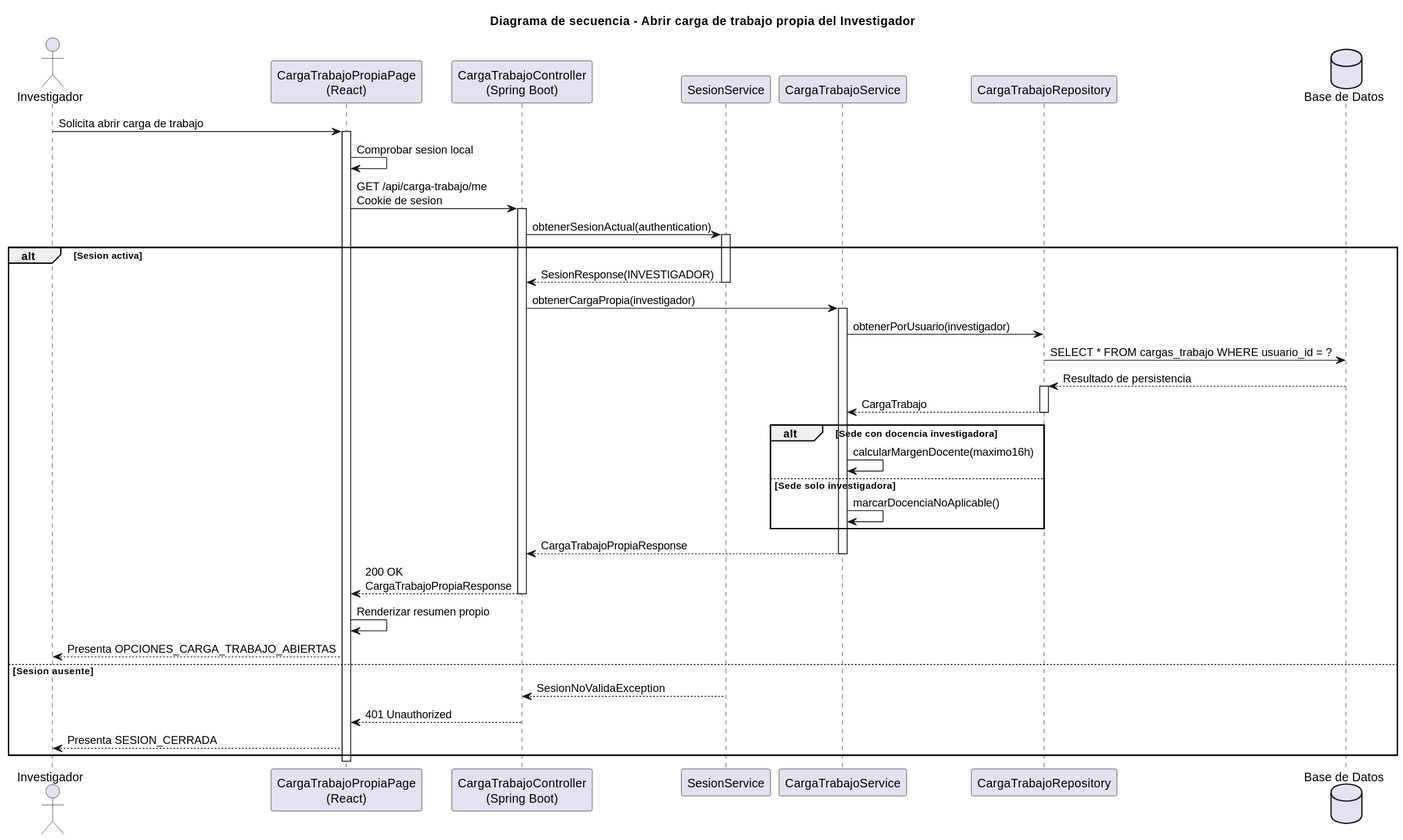
beatriizorozco/25-26-idsw2-sdVC keeps this PlantUML diagram as images/RUP/02-diseño/casos-uso/investigador/abrirOpcionesCargaTrabajo/secuencia.svg. Above is the earlier version.
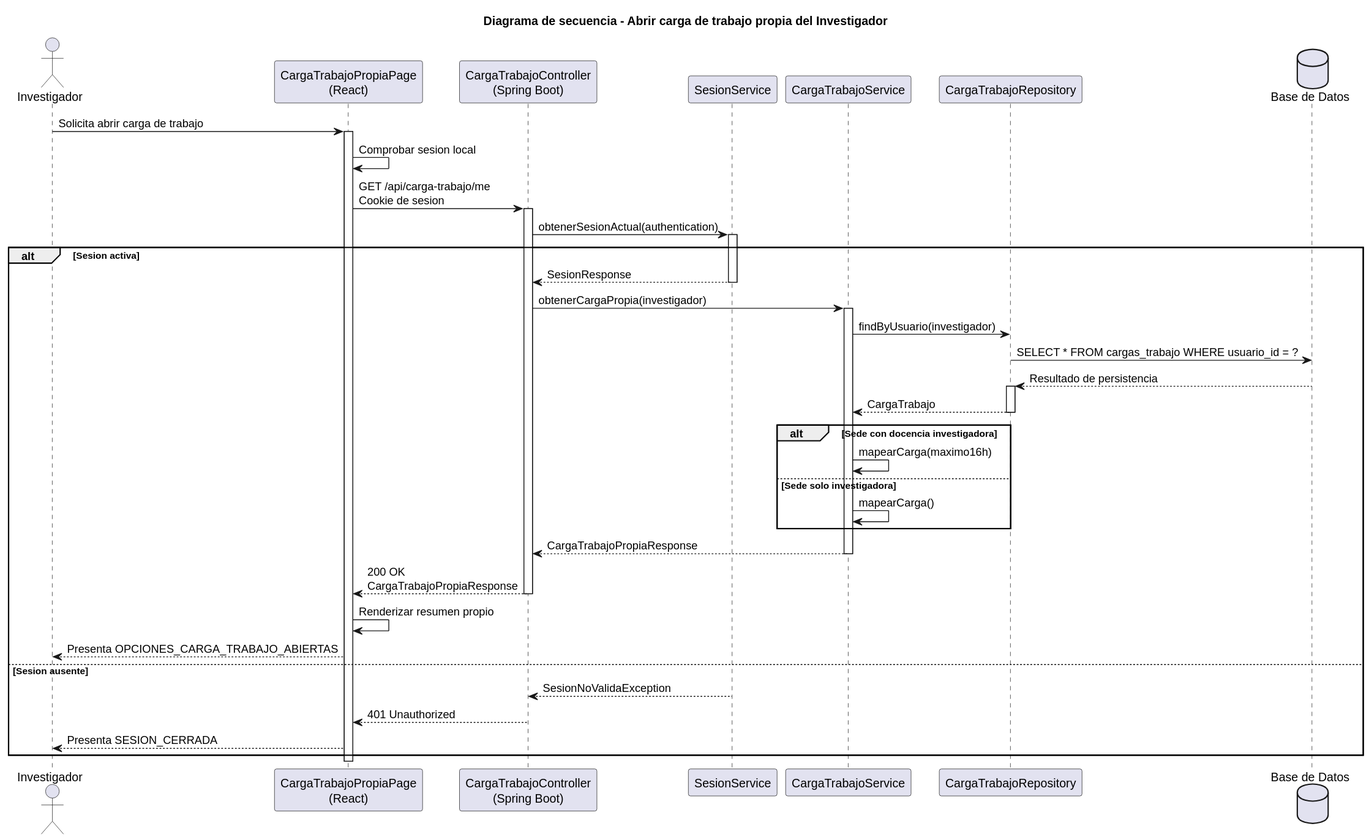
The same file after the commit.

What changed in the source:
```diff
@@ -17,20 +17,20 @@
 Api -> Sesion: obtenerSesionActual(authentication)
 activate Sesion
 alt Sesion activa
-    Sesion --> Api: SesionResponse(INVESTIGADOR)
+    Sesion --> Api: SesionResponse
     deactivate Sesion
     Api -> Service: obtenerCargaPropia(investigador)
     activate Service
-    Service -> CargaRepo: obtenerPorUsuario(investigador)
+    Service -> CargaRepo: findByUsuario(investigador)
     CargaRepo -> DB: SELECT * FROM cargas_trabajo WHERE usuario_id = ?
     DB --> CargaRepo: Resultado de persistencia
     activate CargaRepo
     CargaRepo --> Service: CargaTrabajo
     deactivate CargaRepo
     alt Sede con docencia investigadora
-        Service -> Service: calcularMargenDocente(maximo16h)
+        Service -> Service: mapearCarga(maximo16h)
     else Sede solo investigadora
-        Service -> Service: marcarDocenciaNoAplicable()
+        Service -> Service: mapearCarga()
     end
     Service --> Api: CargaTrabajoPropiaResponse
     deactivate Service
```
